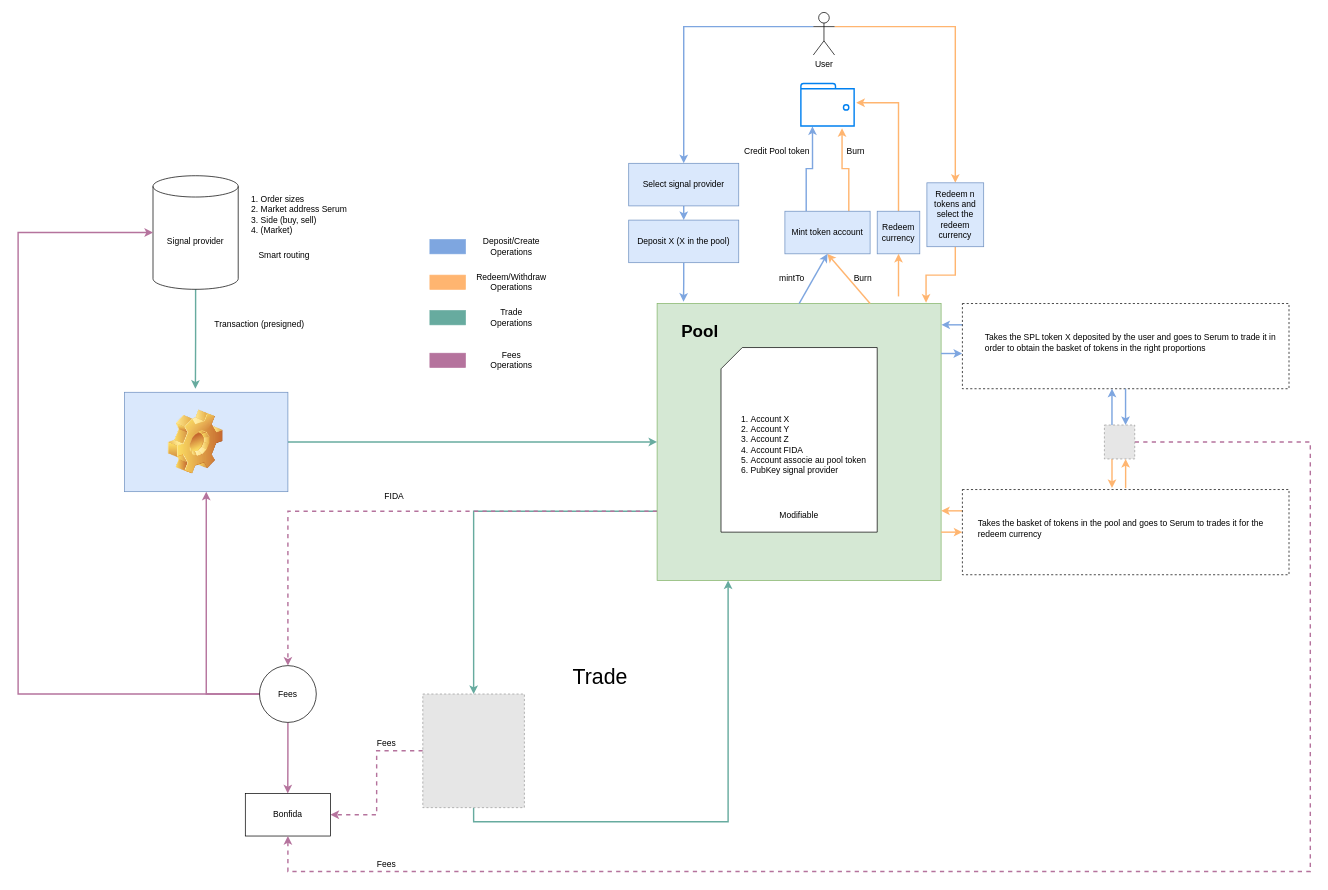
dinodev0101/bonfida-bot keeps this draw.io diagram as bonfida-bot.drawio. Above is the earlier version. Source tidied: cells renumbered, new cells numbered last; positions are measured from the earlier drawing's top-left corner, leaving out a move shared by most shapes. Both pictures are drawn from the tidied source at 71%, with x=0, y=0 at pixel (18, 12). Pictures stored in the file or linked from it are replaced by grey dashed boxes.
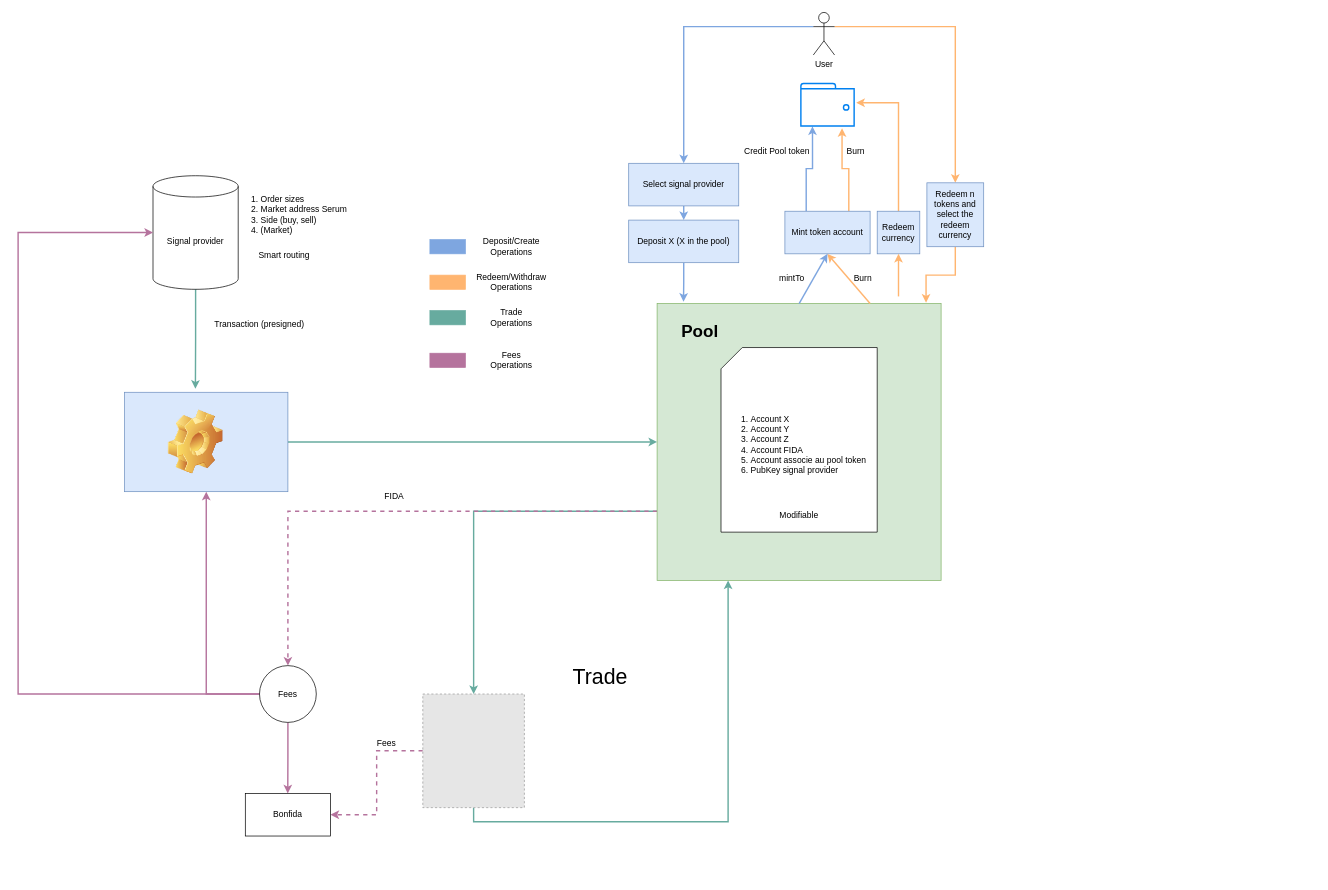
After the change.

The change refers to these unchanged cells:
```xml
<mxCell id="10" style="rounded=0;whiteSpace=wrap;html=1;fillColor=#d5e8d4;strokeColor=#82b366;" parent="1" vertex="1">
  <mxGeometry x="900" y="410" width="400" height="390" as="geometry" />
</mxCell>
<mxCell id="32" value="Bonfida" style="rounded=0;whiteSpace=wrap;html=1;align=center;" parent="1" vertex="1">
  <mxGeometry x="320" y="1100" width="120" height="60" as="geometry" />
</mxCell>
```

The edit, as a diff of the source:
```diff
@@
-    <mxCell id="45" style="edgeStyle=orthogonalEdgeStyle;rounded=0;jettySize=auto;html=1;exitX=0;exitY=0.25;exitDx=0;exitDy=0;entryX=1.001;entryY=0.078;entryDx=0;entryDy=0;entryPerimeter=0;strokeColor=#7EA6E0;strokeWidth=2;" parent="1" edge="1" source="46" target="10">
-      <mxGeometry relative="1" as="geometry" />
-    </mxCell>
-    <mxCell id="46" style="rounded=0;whiteSpace=wrap;html=1;fillColor=none;align=center;dashed=1;" parent="1" vertex="1">
-      <mxGeometry x="1330" y="410" width="460" height="120" as="geometry" />
-    </mxCell>
-    <mxCell id="47" style="edgeStyle=orthogonalEdgeStyle;rounded=0;jettySize=auto;html=1;exitX=0.25;exitY=1;exitDx=0;exitDy=0;entryX=0.458;entryY=-0.017;entryDx=0;entryDy=0;entryPerimeter=0;strokeColor=#FFB570;strokeWidth=2;" parent="1" edge="1" source="50" target="52">
-      <mxGeometry relative="1" as="geometry">
-        <Array as="points">
-          <mxPoint x="1541" y="640" />
-          <mxPoint x="1541" y="640" />
-        </Array>
-      </mxGeometry>
-    </mxCell>
-    <mxCell id="48" style="edgeStyle=orthogonalEdgeStyle;rounded=0;jettySize=auto;html=1;exitX=0.25;exitY=0;exitDx=0;exitDy=0;entryX=0.458;entryY=1;entryDx=0;entryDy=0;entryPerimeter=0;strokeWidth=2;strokeColor=#7EA6E0;" parent="1" edge="1" source="50" target="46">
-      <mxGeometry relative="1" as="geometry" />
-    </mxCell>
-    <mxCell id="49" style="edgeStyle=orthogonalEdgeStyle;rounded=0;jettySize=auto;html=1;exitX=1;exitY=0.5;exitDx=0;exitDy=0;entryX=0.5;entryY=1;entryDx=0;entryDy=0;strokeColor=#B5739D;strokeWidth=2;dashed=1;" parent="1" edge="1" source="50" target="32">
-      <mxGeometry relative="1" as="geometry">
-        <Array as="points">
-          <mxPoint x="1820" y="605" />
-          <mxPoint x="1820" y="1210" />
-          <mxPoint x="380" y="1210" />
-        </Array>
-      </mxGeometry>
-    </mxCell>
-    <mxCell id="50" style="fillColor=#E6E6E6;strokeColor=#999999;dashed=1;verticalLabelPosition=bottom;labelBackgroundColor=#ffffff;verticalAlign=top;" parent="1" vertex="1">
-      <mxGeometry x="1530" y="581.1" width="42.7" height="47.8" as="geometry" />
-    </mxCell>
-    <mxCell id="51" style="edgeStyle=orthogonalEdgeStyle;rounded=0;jettySize=auto;html=1;exitX=0;exitY=0.25;exitDx=0;exitDy=0;entryX=1;entryY=0.75;entryDx=0;entryDy=0;strokeWidth=2;strokeColor=#FFB570;" parent="1" edge="1" source="52" target="10">
-      <mxGeometry relative="1" as="geometry" />
-    </mxCell>
-    <mxCell id="52" style="rounded=0;whiteSpace=wrap;html=1;fillColor=none;align=center;dashed=1;" parent="1" vertex="1">
-      <mxGeometry x="1330" y="672" width="460" height="120" as="geometry" />
-    </mxCell>
-    <mxCell id="53" style="edgeStyle=orthogonalEdgeStyle;rounded=0;orthogonalLoop=1;jettySize=auto;html=1;exitX=0.25;exitY=1;exitDx=0;exitDy=0;entryX=0.458;entryY=-0.017;entryDx=0;entryDy=0;entryPerimeter=0;strokeColor=#FFB570;strokeWidth=2;" parent="1" edge="1">
-      <mxGeometry relative="1" as="geometry">
-        <mxPoint x="1559.9" y="670" as="sourcePoint" />
-        <mxPoint x="1559.9" y="628.9" as="targetPoint" />
-      </mxGeometry>
-    </mxCell>
-    <mxCell id="54" style="edgeStyle=orthogonalEdgeStyle;rounded=0;orthogonalLoop=1;jettySize=auto;html=1;exitX=0.25;exitY=0;exitDx=0;exitDy=0;entryX=0.458;entryY=1;entryDx=0;entryDy=0;entryPerimeter=0;strokeWidth=2;strokeColor=#7EA6E0;" parent="1" edge="1">
-      <mxGeometry relative="1" as="geometry">
-        <mxPoint x="1559.8" y="530" as="sourcePoint" />
-        <mxPoint x="1559.8" y="581.1" as="targetPoint" />
-      </mxGeometry>
-    </mxCell>
-    <mxCell id="55" style="edgeStyle=orthogonalEdgeStyle;rounded=0;orthogonalLoop=1;jettySize=auto;html=1;exitX=0;exitY=0.25;exitDx=0;exitDy=0;entryX=1.001;entryY=0.078;entryDx=0;entryDy=0;entryPerimeter=0;strokeColor=#7EA6E0;strokeWidth=2;" parent="1" edge="1">
-      <mxGeometry relative="1" as="geometry">
-        <mxPoint x="1300" y="480.4" as="sourcePoint" />
-        <mxPoint x="1329.6" y="480" as="targetPoint" />
-      </mxGeometry>
-    </mxCell>
-    <mxCell id="56" style="edgeStyle=orthogonalEdgeStyle;rounded=0;orthogonalLoop=1;jettySize=auto;html=1;exitX=0;exitY=0.25;exitDx=0;exitDy=0;entryX=1;entryY=0.75;entryDx=0;entryDy=0;strokeWidth=2;strokeColor=#FFB570;" parent="1" edge="1">
-      <mxGeometry relative="1" as="geometry">
-        <mxPoint x="1300" y="732" as="sourcePoint" />
-        <mxPoint x="1330" y="731.5" as="targetPoint" />
-      </mxGeometry>
-    </mxCell>
@@
-    <mxCell id="69" value="Takes the SPL token X deposited by the user and goes to Serum to trade it in order to obtain the basket of tokens in the right proportions" style="text;html=1;strokeColor=none;fillColor=none;align=left;verticalAlign=middle;whiteSpace=wrap;rounded=0;" parent="1" vertex="1">
-      <mxGeometry x="1360" y="430" width="420" height="70" as="geometry" />
-    </mxCell>
-    <mxCell id="70" value="Takes the basket of tokens in the pool and goes to Serum to trades it for the redeem currency" style="text;html=1;strokeColor=none;fillColor=none;align=left;verticalAlign=middle;whiteSpace=wrap;rounded=0;" parent="1" vertex="1">
-      <mxGeometry x="1350" y="692" width="420" height="70" as="geometry" />
-    </mxCell>
@@
-    <mxCell id="72" value="Fees" style="text;html=1;strokeColor=none;fillColor=none;align=center;verticalAlign=middle;whiteSpace=wrap;rounded=0;" parent="1" vertex="1">
-      <mxGeometry x="498.6" y="1190" width="40" height="20" as="geometry" />
-    </mxCell>
```
